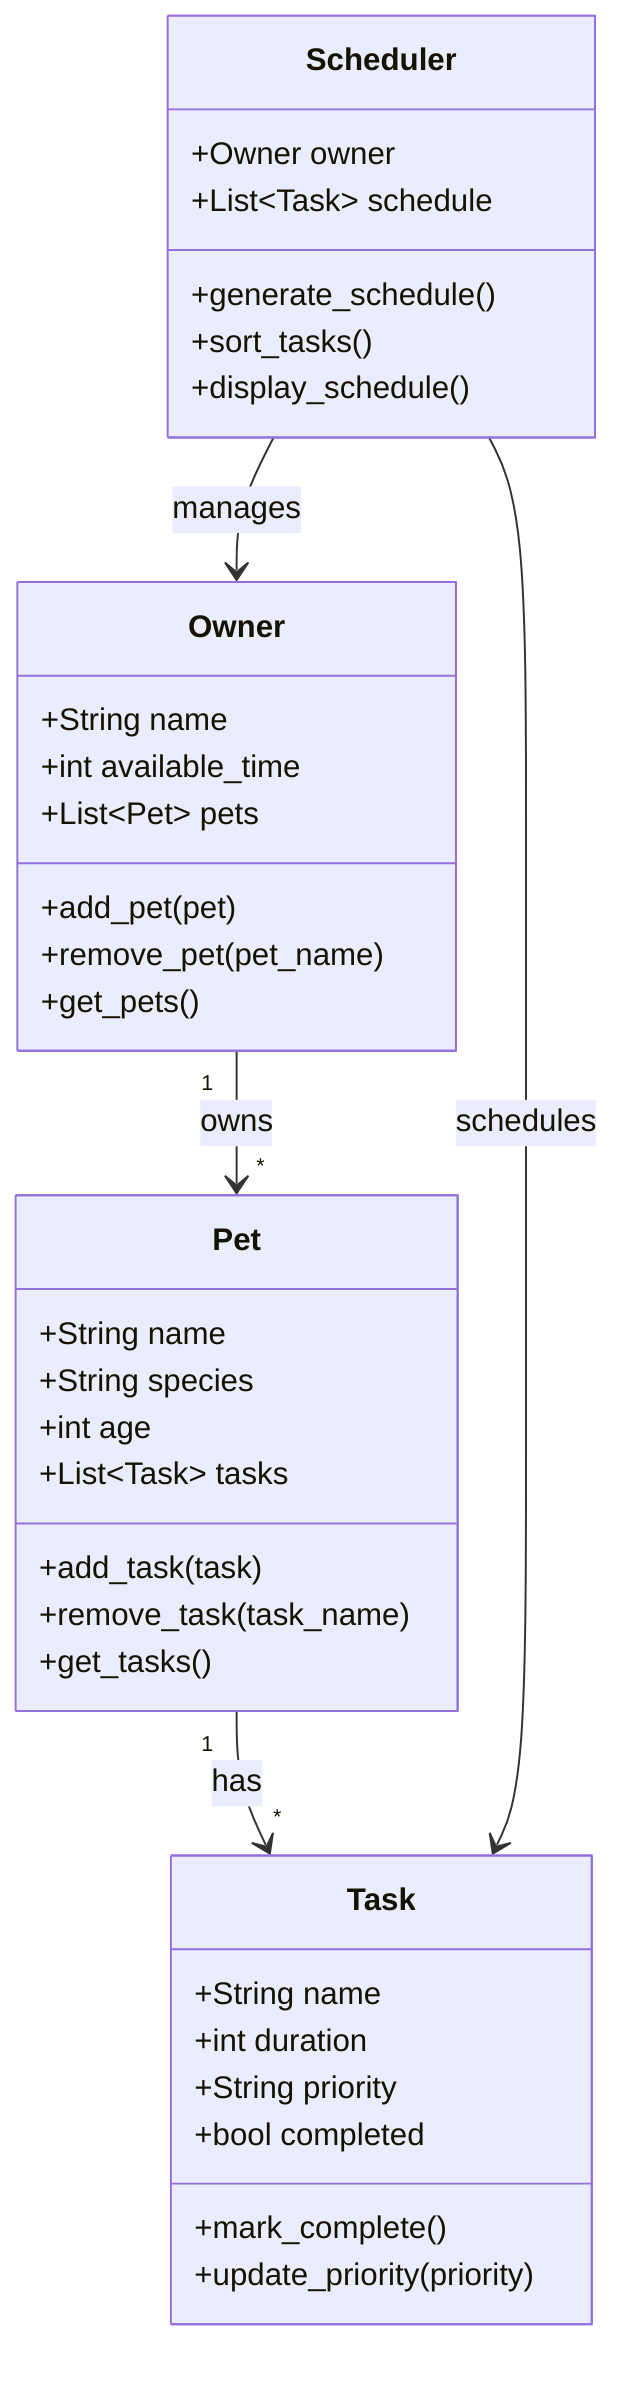
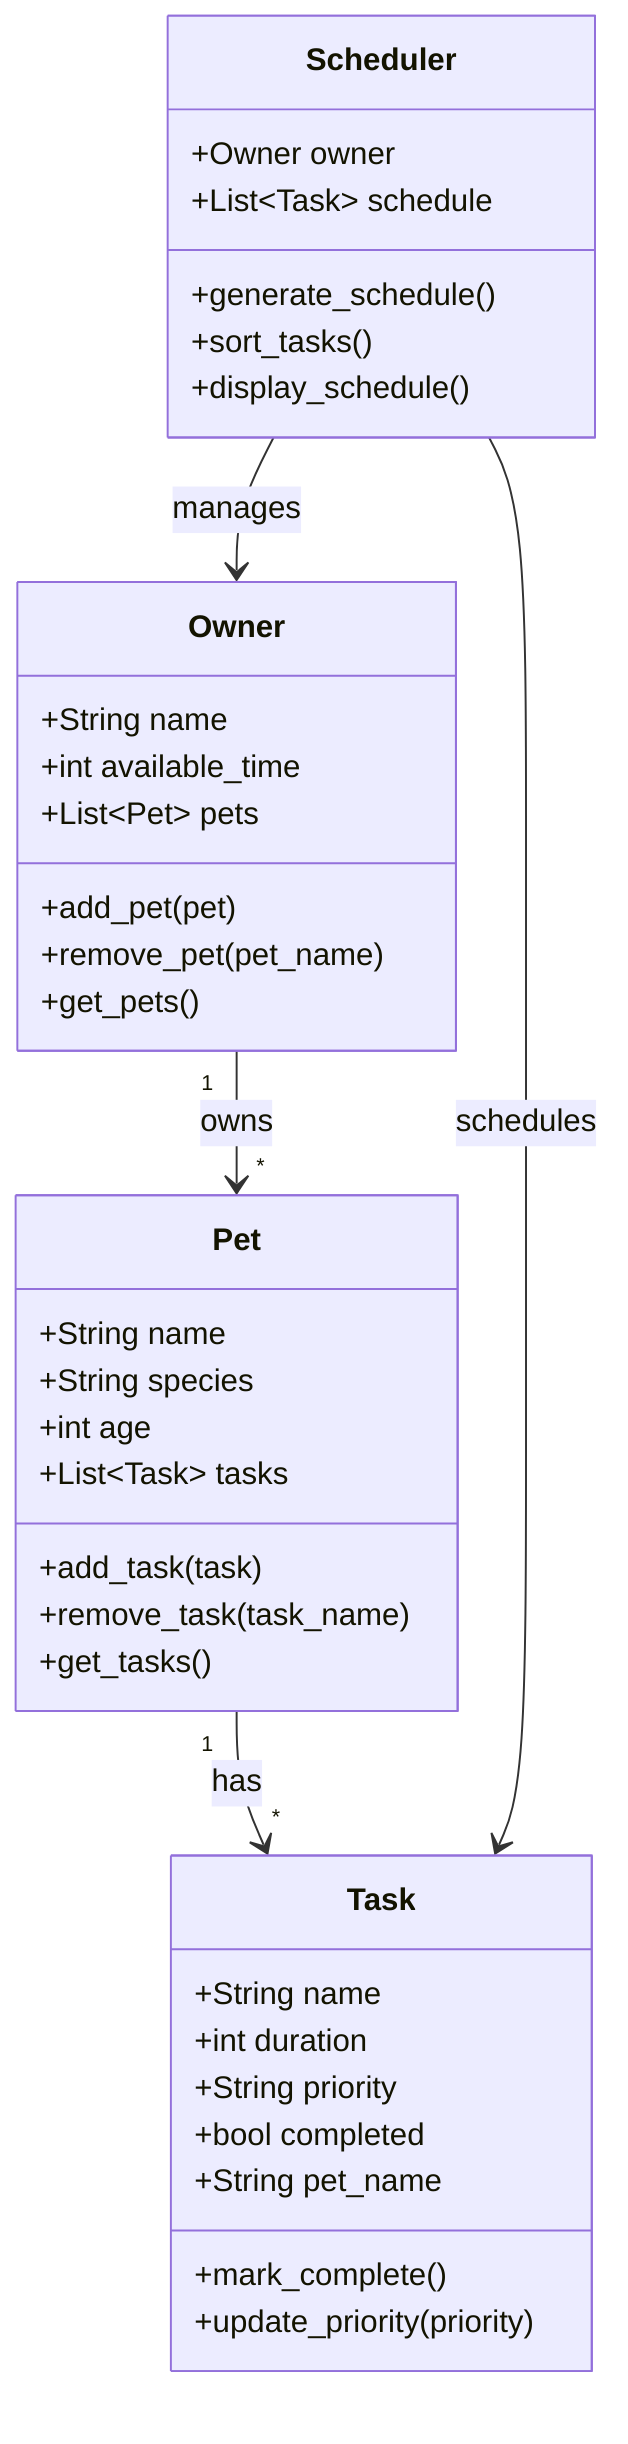
classDiagram

class Owner {
    +String name
    +int available_time
    +List~Pet~ pets
    +add_pet(pet)
    +remove_pet(pet_name)
    +get_pets()
}

class Pet {
    +String name
    +String species
    +int age
    +List~Task~ tasks
    +add_task(task)
    +remove_task(task_name)
    +get_tasks()
}

class Task {
    +String name
    +int duration
    +String priority
    +bool completed
+     +String pet_name
    +mark_complete()
    +update_priority(priority)
}

class Scheduler {
    +Owner owner
    +List~Task~ schedule
    +generate_schedule()
    +sort_tasks()
    +display_schedule()
}

Owner "1" --> "*" Pet : owns
Pet "1" --> "*" Task : has
Scheduler --> Owner : manages
Scheduler --> Task : schedules